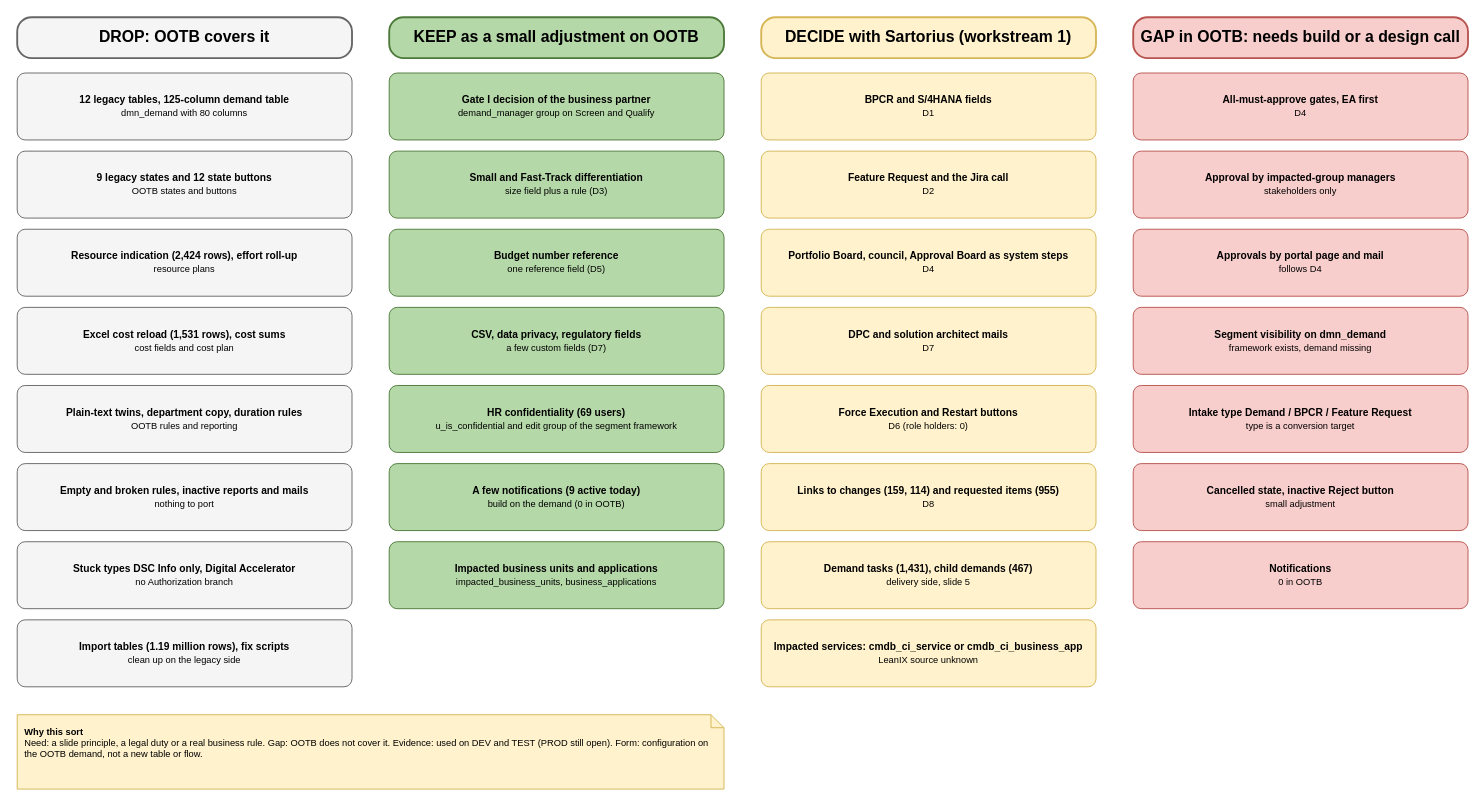
Before: page "map" (5 of 6) of SarDm.drawio in algimas/tmp, a draw.io diagram. Source tidied: cells renumbered, new cells numbered last; positions are measured from the earlier drawing's top-left corner, leaving out a move shared by most shapes. Both pictures are drawn from the tidied source at 93%, with x=0, y=0 at pixel (17, 17).
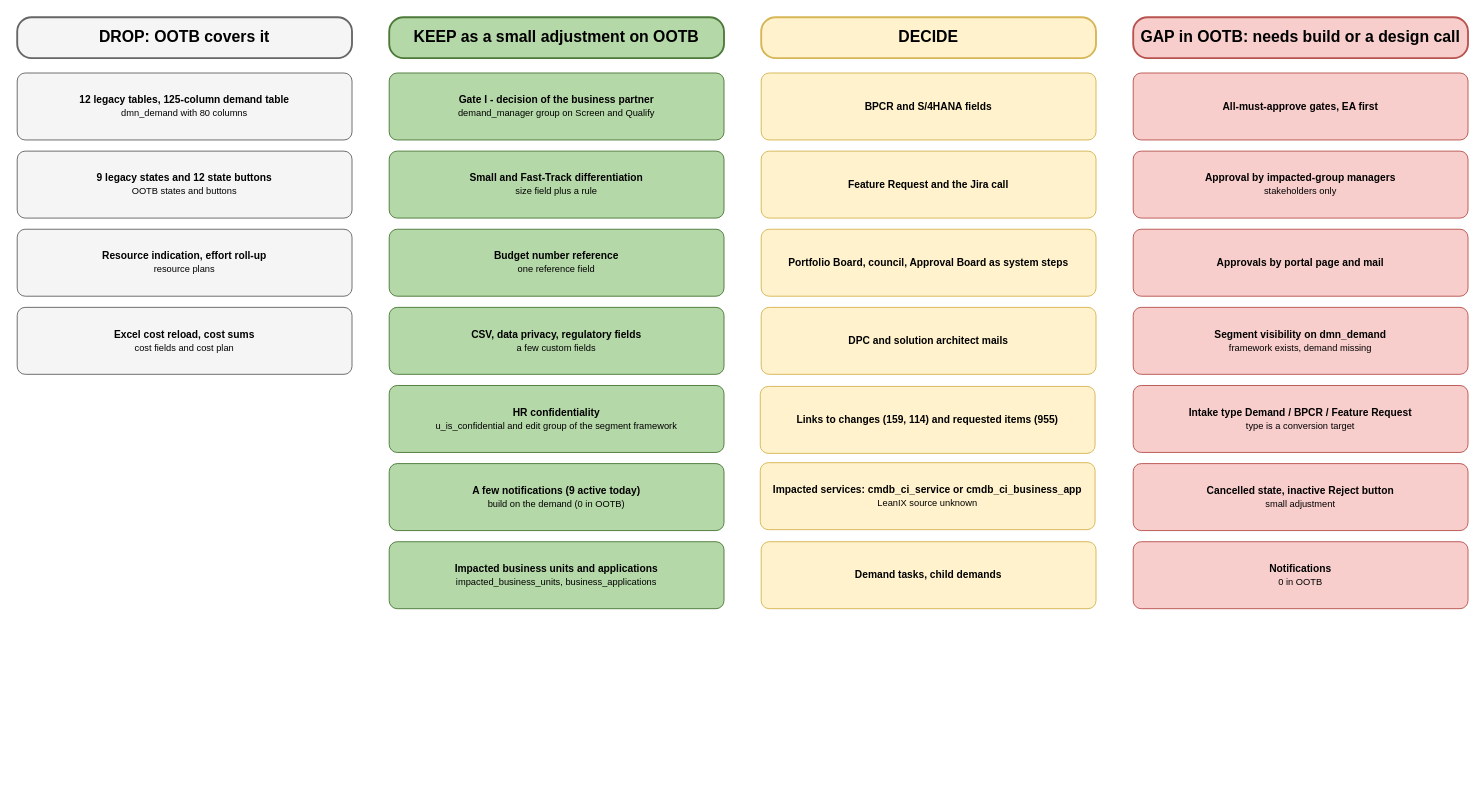
After the change.

The edit, as a diff of the source:
```diff
@@
-    <mxCell id="5" value="&lt;b&gt;Resource indication (2,424 rows), effort roll-up&lt;/b&gt;&lt;br&gt;&lt;font style='font-size:10px'&gt;resource plans&lt;/font&gt;" style="rounded=1;arcSize=12;whiteSpace=wrap;html=1;fillColor=#f5f5f5;strokeColor=#666666;fontSize=11;align=center;verticalAlign=middle;spacing=4;" parent="1" vertex="1">
+    <mxCell id="5" value="&lt;b&gt;Resource indication, effort roll-up&lt;/b&gt;&lt;br&gt;&lt;font style=&quot;font-size:10px&quot;&gt;resource plans&lt;/font&gt;" style="rounded=1;arcSize=12;whiteSpace=wrap;html=1;fillColor=#f5f5f5;strokeColor=#666666;fontSize=11;align=center;verticalAlign=middle;spacing=4;" parent="1" vertex="1">
       <mxGeometry y="228" width="360" height="72" as="geometry" />
     </mxCell>
-    <mxCell id="6" value="&lt;b&gt;Excel cost reload (1,531 rows), cost sums&lt;/b&gt;&lt;br&gt;&lt;font style='font-size:10px'&gt;cost fields and cost plan&lt;/font&gt;" style="rounded=1;arcSize=12;whiteSpace=wrap;html=1;fillColor=#f5f5f5;strokeColor=#666666;fontSize=11;align=center;verticalAlign=middle;spacing=4;" parent="1" vertex="1">
+    <mxCell id="6" value="&lt;b&gt;Excel cost reload, cost sums&lt;/b&gt;&lt;br&gt;&lt;font style=&quot;font-size:10px&quot;&gt;cost fields and cost plan&lt;/font&gt;" style="rounded=1;arcSize=12;whiteSpace=wrap;html=1;fillColor=#f5f5f5;strokeColor=#666666;fontSize=11;align=center;verticalAlign=middle;spacing=4;" parent="1" vertex="1">
       <mxGeometry y="312" width="360" height="72" as="geometry" />
     </mxCell>
-    <mxCell id="7" value="&lt;b&gt;Plain-text twins, department copy, duration rules&lt;/b&gt;&lt;br&gt;&lt;font style='font-size:10px'&gt;OOTB rules and reporting&lt;/font&gt;" style="rounded=1;arcSize=12;whiteSpace=wrap;html=1;fillColor=#f5f5f5;strokeColor=#666666;fontSize=11;align=center;verticalAlign=middle;spacing=4;" parent="1" vertex="1">
-      <mxGeometry y="396" width="360" height="72" as="geometry" />
-    </mxCell>
-    <mxCell id="8" value="&lt;b&gt;Empty and broken rules, inactive reports and mails&lt;/b&gt;&lt;br&gt;&lt;font style='font-size:10px'&gt;nothing to port&lt;/font&gt;" style="rounded=1;arcSize=12;whiteSpace=wrap;html=1;fillColor=#f5f5f5;strokeColor=#666666;fontSize=11;align=center;verticalAlign=middle;spacing=4;" parent="1" vertex="1">
-      <mxGeometry y="480" width="360" height="72" as="geometry" />
-    </mxCell>
-    <mxCell id="9" value="&lt;b&gt;Stuck types DSC Info only, Digital Accelerator&lt;/b&gt;&lt;br&gt;&lt;font style='font-size:10px'&gt;no Authorization branch&lt;/font&gt;" style="rounded=1;arcSize=12;whiteSpace=wrap;html=1;fillColor=#f5f5f5;strokeColor=#666666;fontSize=11;align=center;verticalAlign=middle;spacing=4;" parent="1" vertex="1">
-      <mxGeometry y="564" width="360" height="72" as="geometry" />
-    </mxCell>
-    <mxCell id="10" value="&lt;b&gt;Import tables (1.19 million rows), fix scripts&lt;/b&gt;&lt;br&gt;&lt;font style='font-size:10px'&gt;clean up on the legacy side&lt;/font&gt;" style="rounded=1;arcSize=12;whiteSpace=wrap;html=1;fillColor=#f5f5f5;strokeColor=#666666;fontSize=11;align=center;verticalAlign=middle;spacing=4;" parent="1" vertex="1">
-      <mxGeometry y="648" width="360" height="72" as="geometry" />
-    </mxCell>
@@
-    <mxCell id="12" value="&lt;b&gt;Gate I decision of the business partner&lt;/b&gt;&lt;br&gt;&lt;font style='font-size:10px'&gt;demand_manager group on Screen and Qualify&lt;/font&gt;" style="rounded=1;arcSize=12;whiteSpace=wrap;html=1;fillColor=#b5d8a8;strokeColor=#4d7a3a;fontSize=11;align=center;verticalAlign=middle;spacing=4;" parent="1" vertex="1">
+    <mxCell id="12" value="&lt;b&gt;Gate I - decision of the business partner&lt;/b&gt;&lt;br&gt;&lt;font style=&quot;font-size:10px&quot;&gt;demand_manager group on Screen and Qualify&lt;/font&gt;" style="rounded=1;arcSize=12;whiteSpace=wrap;html=1;fillColor=#b5d8a8;strokeColor=#4d7a3a;fontSize=11;align=center;verticalAlign=middle;spacing=4;" parent="1" vertex="1">
       <mxGeometry x="400" y="60" width="360" height="72" as="geometry" />
     </mxCell>
-    <mxCell id="13" value="&lt;b&gt;Small and Fast-Track differentiation&lt;/b&gt;&lt;br&gt;&lt;font style='font-size:10px'&gt;size field plus a rule (D3)&lt;/font&gt;" style="rounded=1;arcSize=12;whiteSpace=wrap;html=1;fillColor=#b5d8a8;strokeColor=#4d7a3a;fontSize=11;align=center;verticalAlign=middle;spacing=4;" parent="1" vertex="1">
+    <mxCell id="13" value="&lt;b&gt;Small and Fast-Track differentiation&lt;/b&gt;&lt;br&gt;&lt;font style=&quot;font-size:10px&quot;&gt;size field plus a rule&lt;/font&gt;" style="rounded=1;arcSize=12;whiteSpace=wrap;html=1;fillColor=#b5d8a8;strokeColor=#4d7a3a;fontSize=11;align=center;verticalAlign=middle;spacing=4;" parent="1" vertex="1">
       <mxGeometry x="400" y="144" width="360" height="72" as="geometry" />
     </mxCell>
-    <mxCell id="14" value="&lt;b&gt;Budget number reference&lt;/b&gt;&lt;br&gt;&lt;font style='font-size:10px'&gt;one reference field (D5)&lt;/font&gt;" style="rounded=1;arcSize=12;whiteSpace=wrap;html=1;fillColor=#b5d8a8;strokeColor=#4d7a3a;fontSize=11;align=center;verticalAlign=middle;spacing=4;" parent="1" vertex="1">
+    <mxCell id="14" value="&lt;b&gt;Budget number reference&lt;/b&gt;&lt;br&gt;&lt;font style=&quot;font-size:10px&quot;&gt;one reference field&lt;/font&gt;" style="rounded=1;arcSize=12;whiteSpace=wrap;html=1;fillColor=#b5d8a8;strokeColor=#4d7a3a;fontSize=11;align=center;verticalAlign=middle;spacing=4;" parent="1" vertex="1">
       <mxGeometry x="400" y="228" width="360" height="72" as="geometry" />
     </mxCell>
-    <mxCell id="15" value="&lt;b&gt;CSV, data privacy, regulatory fields&lt;/b&gt;&lt;br&gt;&lt;font style='font-size:10px'&gt;a few custom fields (D7)&lt;/font&gt;" style="rounded=1;arcSize=12;whiteSpace=wrap;html=1;fillColor=#b5d8a8;strokeColor=#4d7a3a;fontSize=11;align=center;verticalAlign=middle;spacing=4;" parent="1" vertex="1">
+    <mxCell id="15" value="&lt;b&gt;CSV, data privacy, regulatory fields&lt;/b&gt;&lt;br&gt;&lt;font style=&quot;font-size:10px&quot;&gt;a few custom fields&lt;/font&gt;" style="rounded=1;arcSize=12;whiteSpace=wrap;html=1;fillColor=#b5d8a8;strokeColor=#4d7a3a;fontSize=11;align=center;verticalAlign=middle;spacing=4;" parent="1" vertex="1">
       <mxGeometry x="400" y="312" width="360" height="72" as="geometry" />
     </mxCell>
-    <mxCell id="16" value="&lt;b&gt;HR confidentiality (69 users)&lt;/b&gt;&lt;br&gt;&lt;font style='font-size:10px'&gt;u_is_confidential and edit group of the segment framework&lt;/font&gt;" style="rounded=1;arcSize=12;whiteSpace=wrap;html=1;fillColor=#b5d8a8;strokeColor=#4d7a3a;fontSize=11;align=center;verticalAlign=middle;spacing=4;" parent="1" vertex="1">
+    <mxCell id="16" value="&lt;b&gt;HR confidentiality&lt;/b&gt;&lt;br&gt;&lt;font style=&quot;font-size:10px&quot;&gt;u_is_confidential and edit group of the segment framework&lt;/font&gt;" style="rounded=1;arcSize=12;whiteSpace=wrap;html=1;fillColor=#b5d8a8;strokeColor=#4d7a3a;fontSize=11;align=center;verticalAlign=middle;spacing=4;" parent="1" vertex="1">
       <mxGeometry x="400" y="396" width="360" height="72" as="geometry" />
     </mxCell>
@@
-    <mxCell id="19" value="&lt;b&gt;DECIDE with Sartorius (workstream 1)&lt;/b&gt;" style="rounded=1;arcSize=35;whiteSpace=wrap;html=1;fillColor=#fff2cc;strokeColor=#d6b656;strokeWidth=2;fontSize=17;align=center;verticalAlign=middle;spacing=4;" parent="1" vertex="1">
+    <mxCell id="19" value="&lt;b&gt;DECIDE&lt;/b&gt;" style="rounded=1;arcSize=35;whiteSpace=wrap;html=1;fillColor=#fff2cc;strokeColor=#d6b656;strokeWidth=2;fontSize=17;align=center;verticalAlign=middle;spacing=4;" parent="1" vertex="1">
       <mxGeometry x="800" width="360" height="44" as="geometry" />
     </mxCell>
-    <mxCell id="20" value="&lt;b&gt;BPCR and S/4HANA fields&lt;/b&gt;&lt;br&gt;&lt;font style='font-size:10px'&gt;D1&lt;/font&gt;" style="rounded=1;arcSize=12;whiteSpace=wrap;html=1;fillColor=#fff2cc;strokeColor=#d6b656;fontSize=11;align=center;verticalAlign=middle;spacing=4;" parent="1" vertex="1">
+    <mxCell id="20" value="&lt;b&gt;BPCR and S/4HANA fields&lt;/b&gt;" style="rounded=1;arcSize=12;whiteSpace=wrap;html=1;fillColor=#fff2cc;strokeColor=#d6b656;fontSize=11;align=center;verticalAlign=middle;spacing=4;" parent="1" vertex="1">
       <mxGeometry x="800" y="60" width="360" height="72" as="geometry" />
     </mxCell>
-    <mxCell id="21" value="&lt;b&gt;Feature Request and the Jira call&lt;/b&gt;&lt;br&gt;&lt;font style='font-size:10px'&gt;D2&lt;/font&gt;" style="rounded=1;arcSize=12;whiteSpace=wrap;html=1;fillColor=#fff2cc;strokeColor=#d6b656;fontSize=11;align=center;verticalAlign=middle;spacing=4;" parent="1" vertex="1">
+    <mxCell id="21" value="&lt;b&gt;Feature Request and the Jira call&lt;/b&gt;" style="rounded=1;arcSize=12;whiteSpace=wrap;html=1;fillColor=#fff2cc;strokeColor=#d6b656;fontSize=11;align=center;verticalAlign=middle;spacing=4;" parent="1" vertex="1">
       <mxGeometry x="800" y="144" width="360" height="72" as="geometry" />
     </mxCell>
-    <mxCell id="22" value="&lt;b&gt;Portfolio Board, council, Approval Board as system steps&lt;/b&gt;&lt;br&gt;&lt;font style='font-size:10px'&gt;D4&lt;/font&gt;" style="rounded=1;arcSize=12;whiteSpace=wrap;html=1;fillColor=#fff2cc;strokeColor=#d6b656;fontSize=11;align=center;verticalAlign=middle;spacing=4;" parent="1" vertex="1">
+    <mxCell id="22" value="&lt;b&gt;Portfolio Board, council, Approval Board as system steps&lt;/b&gt;" style="rounded=1;arcSize=12;whiteSpace=wrap;html=1;fillColor=#fff2cc;strokeColor=#d6b656;fontSize=11;align=center;verticalAlign=middle;spacing=4;" parent="1" vertex="1">
       <mxGeometry x="800" y="228" width="360" height="72" as="geometry" />
     </mxCell>
-    <mxCell id="23" value="&lt;b&gt;DPC and solution architect mails&lt;/b&gt;&lt;br&gt;&lt;font style='font-size:10px'&gt;D7&lt;/font&gt;" style="rounded=1;arcSize=12;whiteSpace=wrap;html=1;fillColor=#fff2cc;strokeColor=#d6b656;fontSize=11;align=center;verticalAlign=middle;spacing=4;" parent="1" vertex="1">
+    <mxCell id="23" value="&lt;b&gt;DPC and solution architect mails&lt;/b&gt;" style="rounded=1;arcSize=12;whiteSpace=wrap;html=1;fillColor=#fff2cc;strokeColor=#d6b656;fontSize=11;align=center;verticalAlign=middle;spacing=4;" parent="1" vertex="1">
       <mxGeometry x="800" y="312" width="360" height="72" as="geometry" />
     </mxCell>
-    <mxCell id="24" value="&lt;b&gt;Force Execution and Restart buttons&lt;/b&gt;&lt;br&gt;&lt;font style='font-size:10px'&gt;D6 (role holders: 0)&lt;/font&gt;" style="rounded=1;arcSize=12;whiteSpace=wrap;html=1;fillColor=#fff2cc;strokeColor=#d6b656;fontSize=11;align=center;verticalAlign=middle;spacing=4;" parent="1" vertex="1">
-      <mxGeometry x="800" y="396" width="360" height="72" as="geometry" />
-    </mxCell>
-    <mxCell id="25" value="&lt;b&gt;Links to changes (159, 114) and requested items (955)&lt;/b&gt;&lt;br&gt;&lt;font style='font-size:10px'&gt;D8&lt;/font&gt;" style="rounded=1;arcSize=12;whiteSpace=wrap;html=1;fillColor=#fff2cc;strokeColor=#d6b656;fontSize=11;align=center;verticalAlign=middle;spacing=4;" parent="1" vertex="1">
-      <mxGeometry x="800" y="480" width="360" height="72" as="geometry" />
+    <mxCell id="25" value="&lt;b&gt;Links to changes (159, 114) and requested items (955)&lt;/b&gt;" style="rounded=1;arcSize=12;whiteSpace=wrap;html=1;fillColor=#fff2cc;strokeColor=#d6b656;fontSize=11;align=center;verticalAlign=middle;spacing=4;" parent="1" vertex="1">
+      <mxGeometry x="799" y="397" width="360" height="72" as="geometry" />
     </mxCell>
-    <mxCell id="26" value="&lt;b&gt;Demand tasks (1,431), child demands (467)&lt;/b&gt;&lt;br&gt;&lt;font style='font-size:10px'&gt;delivery side, slide 5&lt;/font&gt;" style="rounded=1;arcSize=12;whiteSpace=wrap;html=1;fillColor=#fff2cc;strokeColor=#d6b656;fontSize=11;align=center;verticalAlign=middle;spacing=4;" parent="1" vertex="1">
+    <mxCell id="26" value="&lt;b&gt;Demand tasks, child demands&lt;/b&gt;" style="rounded=1;arcSize=12;whiteSpace=wrap;html=1;fillColor=#fff2cc;strokeColor=#d6b656;fontSize=11;align=center;verticalAlign=middle;spacing=4;" parent="1" vertex="1">
       <mxGeometry x="800" y="564" width="360" height="72" as="geometry" />
     </mxCell>
     <mxCell id="27" value="&lt;b&gt;Impacted services: cmdb_ci_service or cmdb_ci_business_app&lt;/b&gt;&lt;br&gt;&lt;font style='font-size:10px'&gt;LeanIX source unknown&lt;/font&gt;" style="rounded=1;arcSize=12;whiteSpace=wrap;html=1;fillColor=#fff2cc;strokeColor=#d6b656;fontSize=11;align=center;verticalAlign=middle;spacing=4;" parent="1" vertex="1">
-      <mxGeometry x="800" y="648" width="360" height="72" as="geometry" />
+      <mxGeometry x="799" y="479" width="360" height="72" as="geometry" />
     </mxCell>
@@
-    <mxCell id="29" value="&lt;b&gt;All-must-approve gates, EA first&lt;/b&gt;&lt;br&gt;&lt;font style='font-size:10px'&gt;D4&lt;/font&gt;" style="rounded=1;arcSize=12;whiteSpace=wrap;html=1;fillColor=#f8cecc;strokeColor=#b85450;fontSize=11;align=center;verticalAlign=middle;spacing=4;" parent="1" vertex="1">
+    <mxCell id="29" value="&lt;b&gt;All-must-approve gates, EA first&lt;/b&gt;" style="rounded=1;arcSize=12;whiteSpace=wrap;html=1;fillColor=#f8cecc;strokeColor=#b85450;fontSize=11;align=center;verticalAlign=middle;spacing=4;" parent="1" vertex="1">
       <mxGeometry x="1200" y="60" width="360" height="72" as="geometry" />
     </mxCell>
@@
-    <mxCell id="31" value="&lt;b&gt;Approvals by portal page and mail&lt;/b&gt;&lt;br&gt;&lt;font style='font-size:10px'&gt;follows D4&lt;/font&gt;" style="rounded=1;arcSize=12;whiteSpace=wrap;html=1;fillColor=#f8cecc;strokeColor=#b85450;fontSize=11;align=center;verticalAlign=middle;spacing=4;" parent="1" vertex="1">
+    <mxCell id="31" value="&lt;b&gt;Approvals by portal page and mail&lt;/b&gt;" style="rounded=1;arcSize=12;whiteSpace=wrap;html=1;fillColor=#f8cecc;strokeColor=#b85450;fontSize=11;align=center;verticalAlign=middle;spacing=4;" parent="1" vertex="1">
       <mxGeometry x="1200" y="228" width="360" height="72" as="geometry" />
     </mxCell>
@@
-    <mxCell id="36" value="&lt;b&gt;Why this sort&lt;/b&gt;&lt;br&gt;Need: a slide principle, a legal duty or a real business rule. Gap: OOTB does not cover it. Evidence: used on DEV and TEST (PROD still open). Form: configuration on the OOTB demand, not a new table or flow." style="shape=note;whiteSpace=wrap;html=1;size=14;fillColor=#fff2cc;strokeColor=#d6b656;align=left;verticalAlign=top;spacing=8;fontSize=10;" parent="1" vertex="1">
-      <mxGeometry y="750" width="760" height="80" as="geometry" />
-    </mxCell>
```
